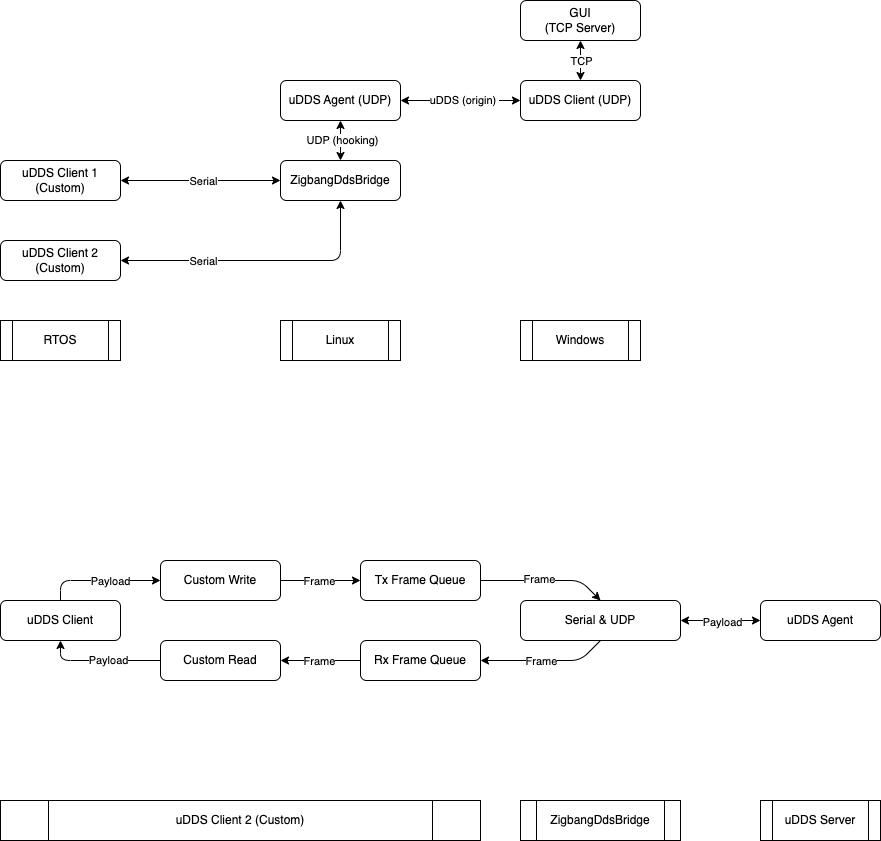
The draw.io diagram docs/zigbang.drawio.png in seojinwoo/Micro-XRCE-DDS-Client, before a commit. Source tidied: cells renumbered, new cells last; positions are measured from the earlier drawing's top-left corner, leaving out a move shared by most shapes.
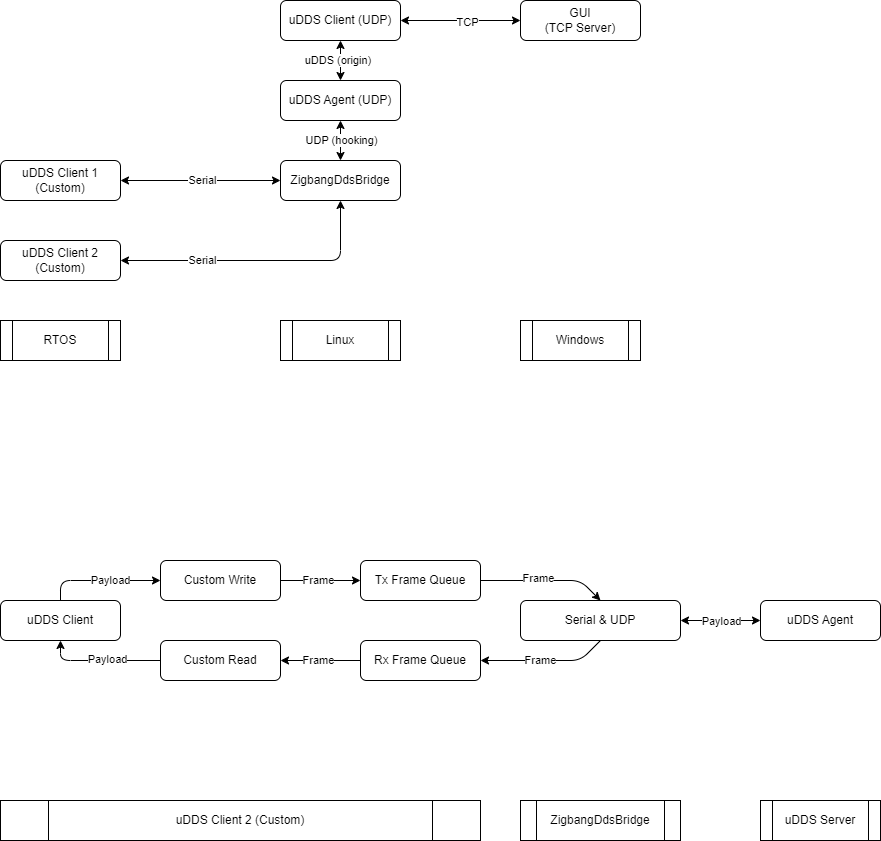
Later version of the same file.

Change to the diagram source:
```diff
@@ -3,9 +3,9 @@
     <mxCell id="0" />
     <mxCell id="1" parent="0" />
     <mxCell id="2" value="uDDS Client (UDP)" style="rounded=1;whiteSpace=wrap;html=1;" parent="1" vertex="1">
-      <mxGeometry x="520" y="80" width="120" height="40" as="geometry" />
+      <mxGeometry x="280" width="120" height="40" as="geometry" />
     </mxCell>
-    <mxCell id="3" style="edgeStyle=none;html=1;entryX=0;entryY=0.5;entryDx=0;entryDy=0;startArrow=classic;startFill=1;" parent="1" edge="1" source="5" target="2">
+    <mxCell id="3" style="edgeStyle=none;html=1;entryX=0.5;entryY=1;entryDx=0;entryDy=0;startArrow=classic;startFill=1;exitX=0.5;exitY=0;exitDx=0;exitDy=0;" parent="1" edge="1" source="5" target="2">
       <mxGeometry relative="1" as="geometry" />
     </mxCell>
     <mxCell id="4" value="uDDS (origin)&amp;nbsp;" style="edgeLabel;html=1;align=center;verticalAlign=middle;" parent="3" vertex="1">
@@ -50,7 +50,7 @@
     <mxCell id="15" value="Windows" style="shape=process;whiteSpace=wrap;html=1;backgroundOutline=1;" parent="1" vertex="1">
       <mxGeometry x="520" y="320" width="120" height="40" as="geometry" />
     </mxCell>
-    <mxCell id="16" style="edgeStyle=none;html=1;entryX=0.5;entryY=0;entryDx=0;entryDy=0;startArrow=classic;startFill=1;" parent="1" edge="1" source="18" target="2">
+    <mxCell id="16" style="edgeStyle=none;html=1;entryX=1;entryY=0.5;entryDx=0;entryDy=0;startArrow=classic;startFill=1;" parent="1" edge="1" source="18" target="2">
       <mxGeometry relative="1" as="geometry" />
     </mxCell>
     <mxCell id="17" value="TCP" style="edgeLabel;html=1;align=center;verticalAlign=middle;" parent="16" vertex="1">
```
